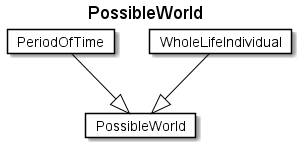
The PlantUML diagram fragments/diagrams/PossibleWorld.png in rtigran/rdf2adoc, before a commit.
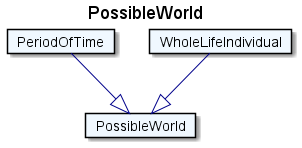
Later version of the same file.

The edit, as a diff of the source:
```diff
@@ -1,15 +1,15 @@
 @startuml
 Title PossibleWorld
 
-Card PossibleWorld #fff [
+Card PossibleWorld #F0F8FF [
 PossibleWorld
 ]
-Card PeriodOfTime #fff [
+Card PeriodOfTime #F0F8FF [
 PeriodOfTime
 ]
-PeriodOfTime --|> PossibleWorld  #000
-Card WholeLifeIndividual #fff [
+PeriodOfTime --|> PossibleWorld  #00008B
+Card WholeLifeIndividual #F0F8FF [
 WholeLifeIndividual
 ]
-WholeLifeIndividual --|> PossibleWorld  #000
+WholeLifeIndividual --|> PossibleWorld  #00008B
 @enduml
```
